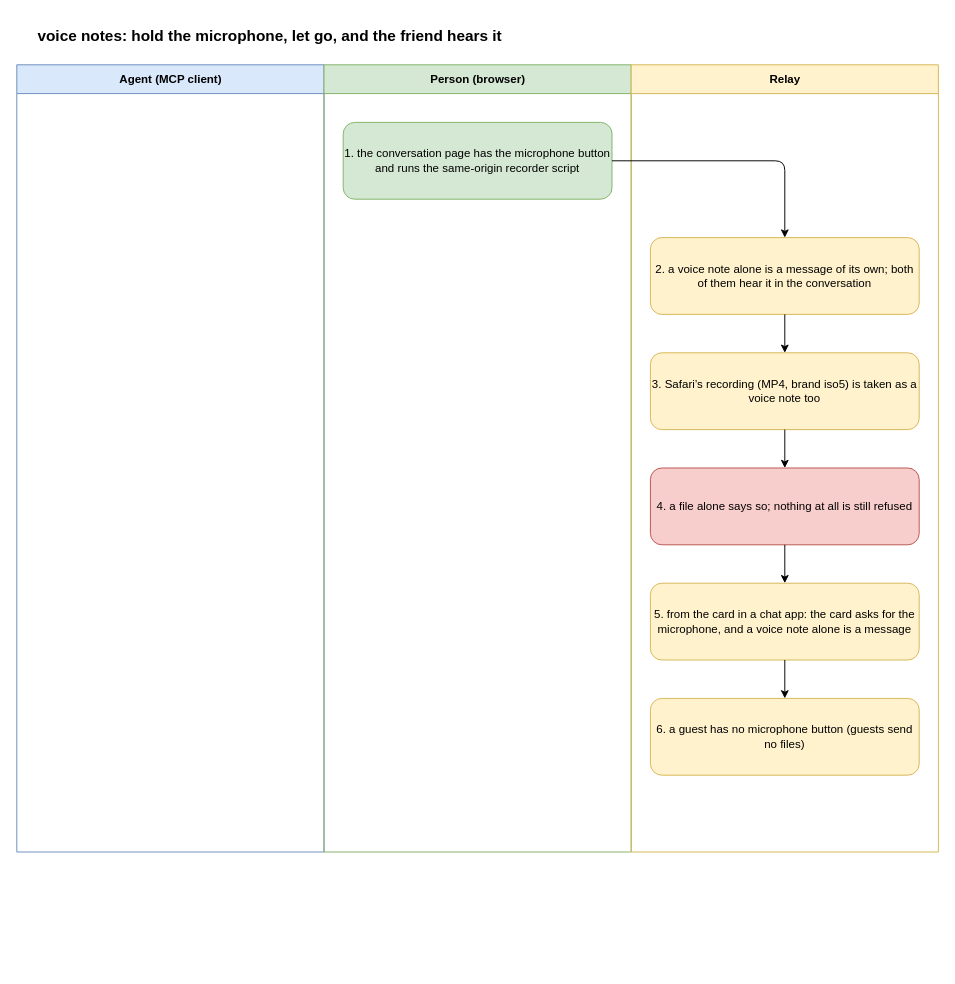
The draw.io diagram docs/flows/voice-notes.drawio in gizemsoylutr/klatsch, before the edit. Source tidied: cells renumbered, new cells numbered last; positions are measured from the earlier drawing's top-left corner, leaving out a move shared by most shapes. Both pictures are drawn from the tidied source at 96%, with x=0, y=0 at pixel (16, 16).
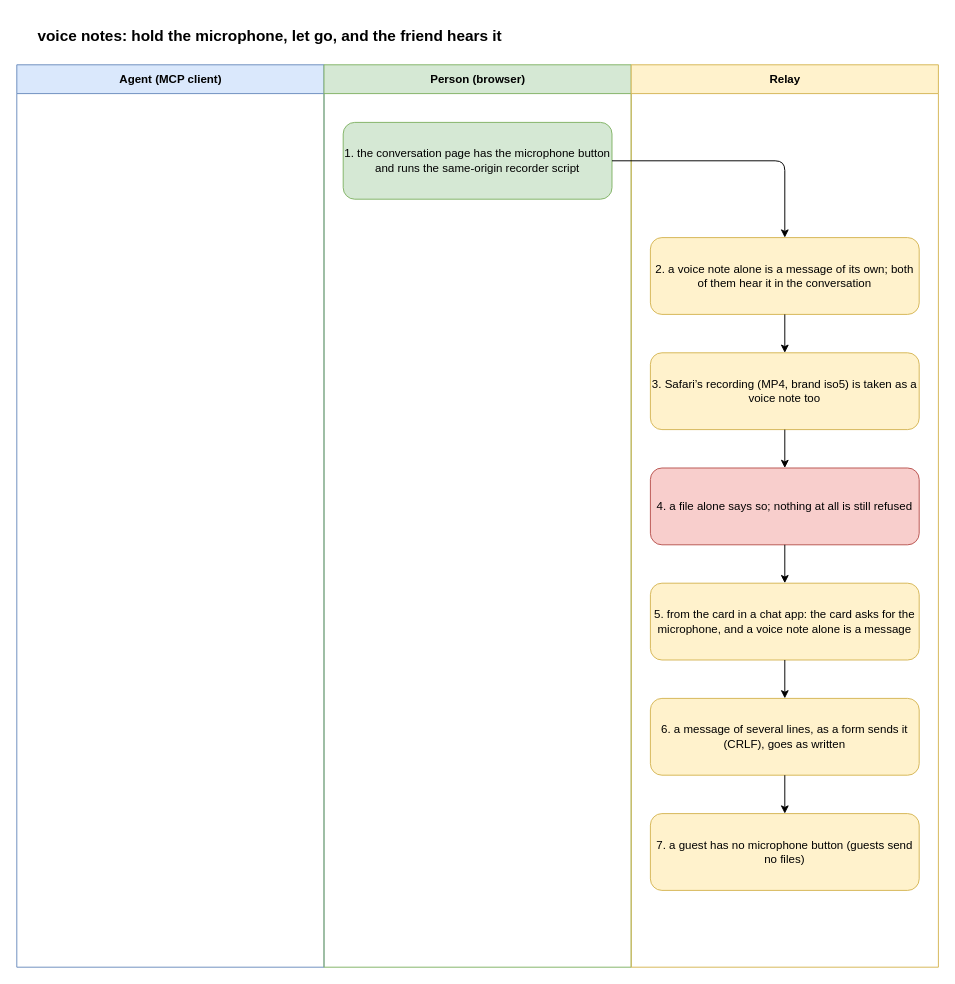
Above is the later version.

What changed in the source:
```diff
@@
 <mxGraphModel>
   <root>
     <mxCell id="0" />
     <mxCell id="1" parent="0" />
     <mxCell id="2" value="voice notes: hold the microphone, let go, and the friend hears it" style="text;html=1;fontSize=16;fontStyle=1;align=left;verticalAlign=middle;whiteSpace=wrap;" parent="1" vertex="1">
       <mxGeometry x="20" width="920" height="40" as="geometry" />
     </mxCell>
     <mxCell id="3" value="Agent (MCP client)" style="swimlane;html=1;startSize=30;fillColor=#dae8fc;strokeColor=#6c8ebf;swimlaneFillColor=none;" parent="1" vertex="1">
-      <mxGeometry y="50" width="320" height="820" as="geometry" />
+      <mxGeometry y="50" width="320" height="940" as="geometry" />
     </mxCell>
     <mxCell id="4" value="Person (browser)" style="swimlane;html=1;startSize=30;fillColor=#d5e8d4;strokeColor=#82b366;swimlaneFillColor=none;" parent="1" vertex="1">
-      <mxGeometry x="320" y="50" width="320" height="820" as="geometry" />
+      <mxGeometry x="320" y="50" width="320" height="940" as="geometry" />
     </mxCell>
     <mxCell id="5" value="Relay" style="swimlane;html=1;startSize=30;fillColor=#fff2cc;strokeColor=#d6b656;swimlaneFillColor=none;" parent="1" vertex="1">
-      <mxGeometry x="640" y="50" width="320" height="820" as="geometry" />
+      <mxGeometry x="640" y="50" width="320" height="940" as="geometry" />
     </mxCell>
     <mxCell id="6" value="1. the conversation page has the microphone button and runs the same-origin recorder script" style="rounded=1;whiteSpace=wrap;html=1;fillColor=#d5e8d4;strokeColor=#82b366;fontSize=12;" parent="1" vertex="1">
       <mxGeometry x="340" y="110" width="280" height="80" as="geometry" />
     </mxCell>
     <mxCell id="7" value="2. a voice note alone is a message of its own; both of them hear it in the conversation" style="rounded=1;whiteSpace=wrap;html=1;fillColor=#fff2cc;strokeColor=#d6b656;fontSize=12;" parent="1" vertex="1">
       <mxGeometry x="660" y="230" width="280" height="80" as="geometry" />
     </mxCell>
     <mxCell id="8" style="edgeStyle=orthogonalEdgeStyle;rounded=1;html=1;endArrow=classic;" parent="1" edge="1" source="6" target="7">
       <mxGeometry relative="1" as="geometry" />
     </mxCell>
     <mxCell id="9" value="3. Safari’s recording (MP4, brand iso5) is taken as a voice note too" style="rounded=1;whiteSpace=wrap;html=1;fillColor=#fff2cc;strokeColor=#d6b656;fontSize=12;" parent="1" vertex="1">
       <mxGeometry x="660" y="350" width="280" height="80" as="geometry" />
     </mxCell>
     <mxCell id="10" style="edgeStyle=orthogonalEdgeStyle;rounded=1;html=1;endArrow=classic;" parent="1" edge="1" source="7" target="9">
       <mxGeometry relative="1" as="geometry" />
     </mxCell>
     <mxCell id="11" value="4. a file alone says so; nothing at all is still refused" style="rounded=1;whiteSpace=wrap;html=1;fillColor=#f8cecc;strokeColor=#b85450;fontSize=12;" parent="1" vertex="1">
       <mxGeometry x="660" y="470" width="280" height="80" as="geometry" />
     </mxCell>
     <mxCell id="12" style="edgeStyle=orthogonalEdgeStyle;rounded=1;html=1;endArrow=classic;" parent="1" edge="1" source="9" target="11">
       <mxGeometry relative="1" as="geometry" />
     </mxCell>
     <mxCell id="13" value="5. from the card in a chat app: the card asks for the microphone, and a voice note alone is a message" style="rounded=1;whiteSpace=wrap;html=1;fillColor=#fff2cc;strokeColor=#d6b656;fontSize=12;" parent="1" vertex="1">
       <mxGeometry x="660" y="590" width="280" height="80" as="geometry" />
     </mxCell>
     <mxCell id="14" style="edgeStyle=orthogonalEdgeStyle;rounded=1;html=1;endArrow=classic;" parent="1" edge="1" source="11" target="13">
       <mxGeometry relative="1" as="geometry" />
     </mxCell>
-    <mxCell id="15" value="6. a guest has no microphone button (guests send no files)" style="rounded=1;whiteSpace=wrap;html=1;fillColor=#fff2cc;strokeColor=#d6b656;fontSize=12;" parent="1" vertex="1">
+    <mxCell id="15" value="6. a message of several lines, as a form sends it (CRLF), goes as written" style="rounded=1;whiteSpace=wrap;html=1;fillColor=#fff2cc;strokeColor=#d6b656;fontSize=12;" parent="1" vertex="1">
       <mxGeometry x="660" y="710" width="280" height="80" as="geometry" />
     </mxCell>
     <mxCell id="16" style="edgeStyle=orthogonalEdgeStyle;rounded=1;html=1;endArrow=classic;" parent="1" edge="1" source="13" target="15">
       <mxGeometry relative="1" as="geometry" />
     </mxCell>
+    <mxCell id="17" value="7. a guest has no microphone button (guests send no files)" style="rounded=1;whiteSpace=wrap;html=1;fillColor=#fff2cc;strokeColor=#d6b656;fontSize=12;" parent="1" vertex="1">
+      <mxGeometry x="660" y="830" width="280" height="80" as="geometry" />
+    </mxCell>
+    <mxCell id="18" style="edgeStyle=orthogonalEdgeStyle;rounded=1;html=1;endArrow=classic;" parent="1" edge="1" source="15" target="17">
+      <mxGeometry relative="1" as="geometry" />
+    </mxCell>
   </root>
 </mxGraphModel>
```
